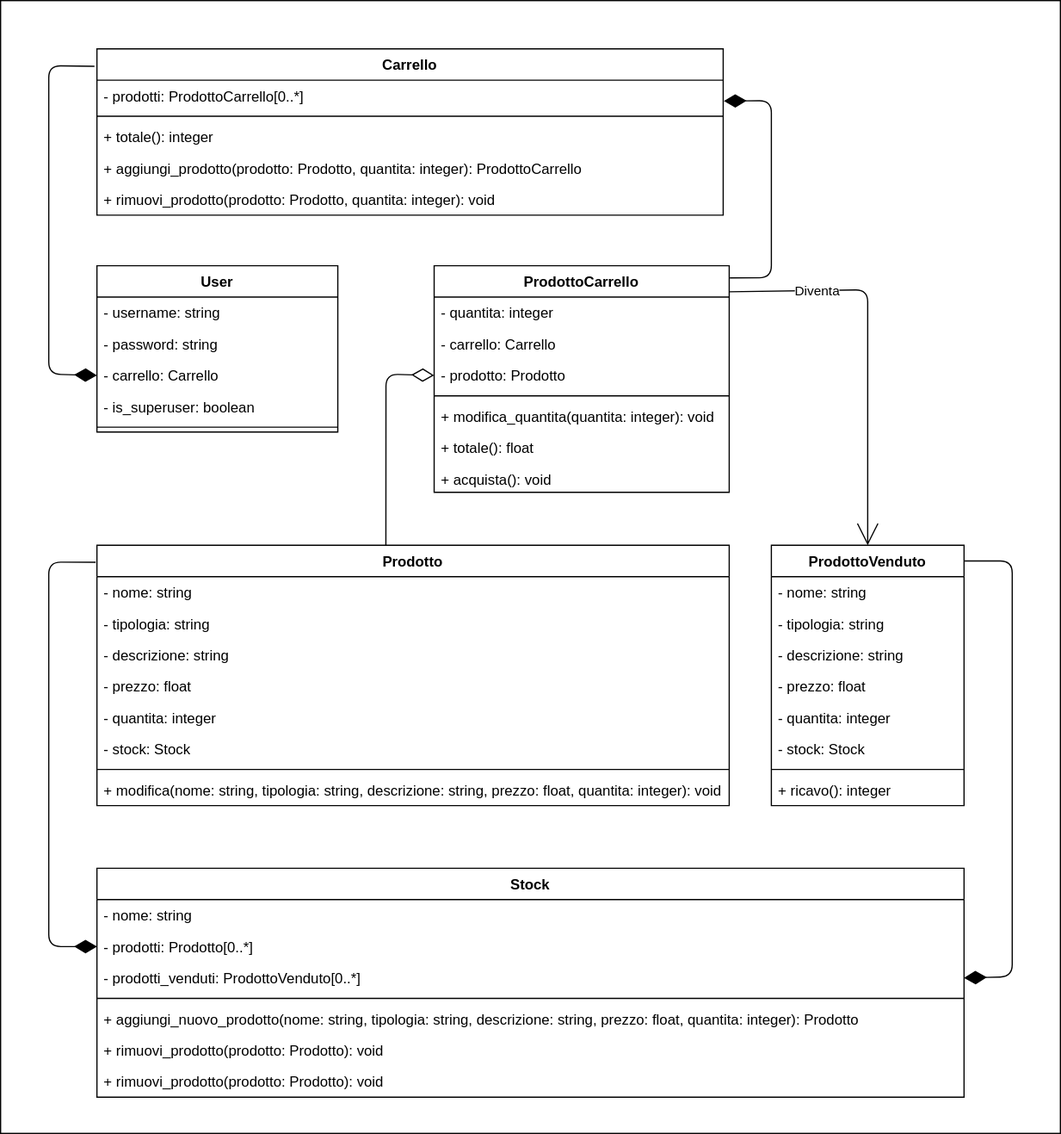
MickTK/ProgettoFinaleISW keeps this draw.io diagram as diagrammi/classi.drawio.svg. Above is the earlier version. Source tidied: cells renumbered, new cells last; positions are measured from the earlier drawing's top-left corner, leaving out a move shared by most shapes.
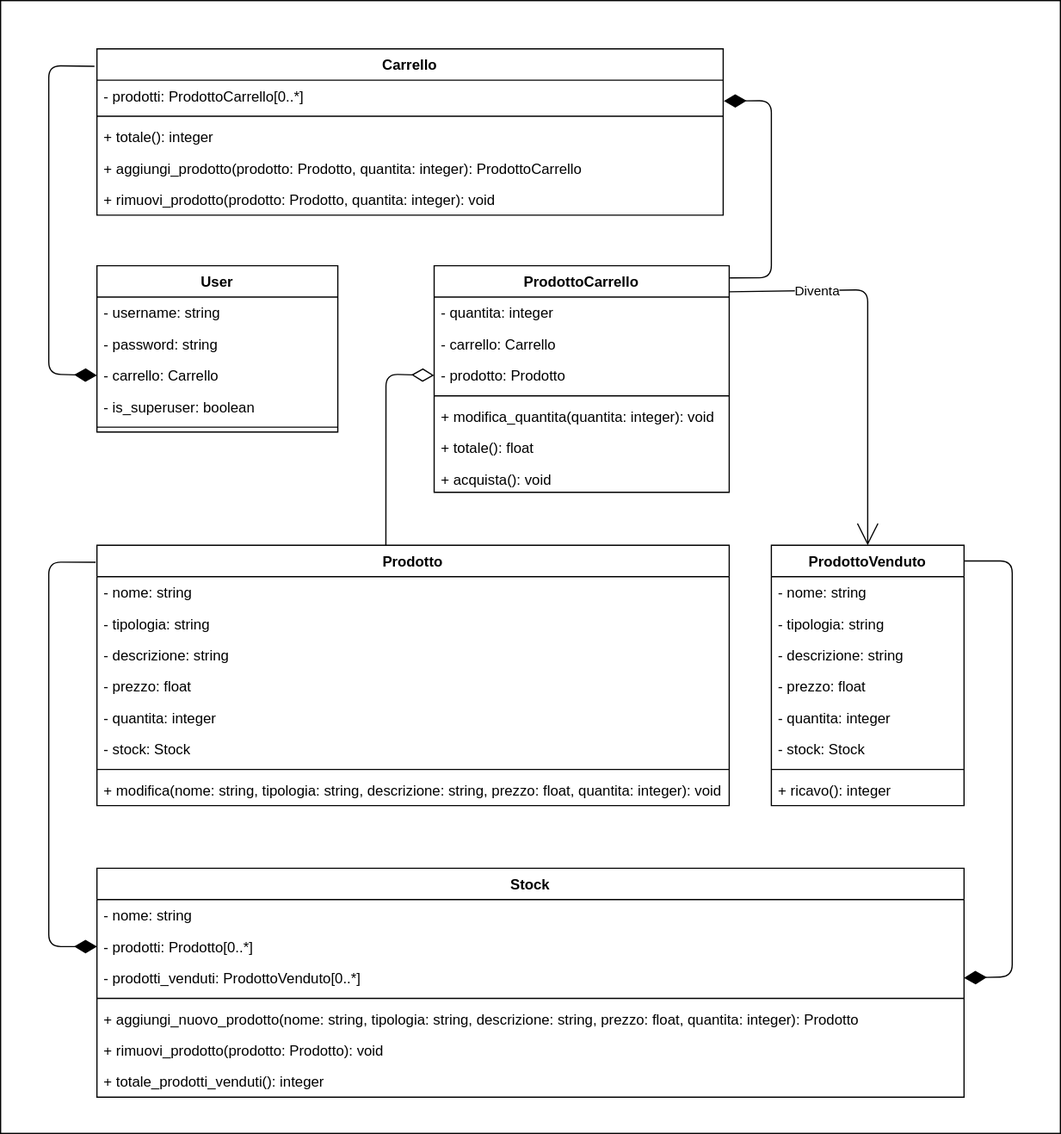
Later version of the same file.

Change to the diagram source:
```diff
@@ -136,7 +136,7 @@
     <mxCell id="41" value="+ rimuovi_prodotto(prodotto: Prodotto): void" style="text;strokeColor=none;fillColor=none;align=left;verticalAlign=top;spacingLeft=4;spacingRight=4;overflow=hidden;" parent="35" vertex="1">
       <mxGeometry y="138" width="720" height="26" as="geometry" />
     </mxCell>
-    <mxCell id="42" value="+ rimuovi_prodotto(prodotto: Prodotto): void" style="text;strokeColor=none;fillColor=none;align=left;verticalAlign=top;spacingLeft=4;spacingRight=4;overflow=hidden;" parent="35" vertex="1">
+    <mxCell id="42" value="+ totale_prodotti_venduti(): integer" style="text;strokeColor=none;fillColor=none;align=left;verticalAlign=top;spacingLeft=4;spacingRight=4;overflow=hidden;" parent="35" vertex="1">
       <mxGeometry y="164" width="720" height="26" as="geometry" />
     </mxCell>
     <mxCell id="43" style="endArrow=diamondThin;html=1;endFill=1;startArrow=none;startFill=0;endSize=16;entryX=0;entryY=0.5;entryDx=0;entryDy=0;exitX=-0.002;exitY=0.065;exitDx=0;exitDy=0;exitPerimeter=0;" parent="1" edge="1" source="17" target="37">
```
